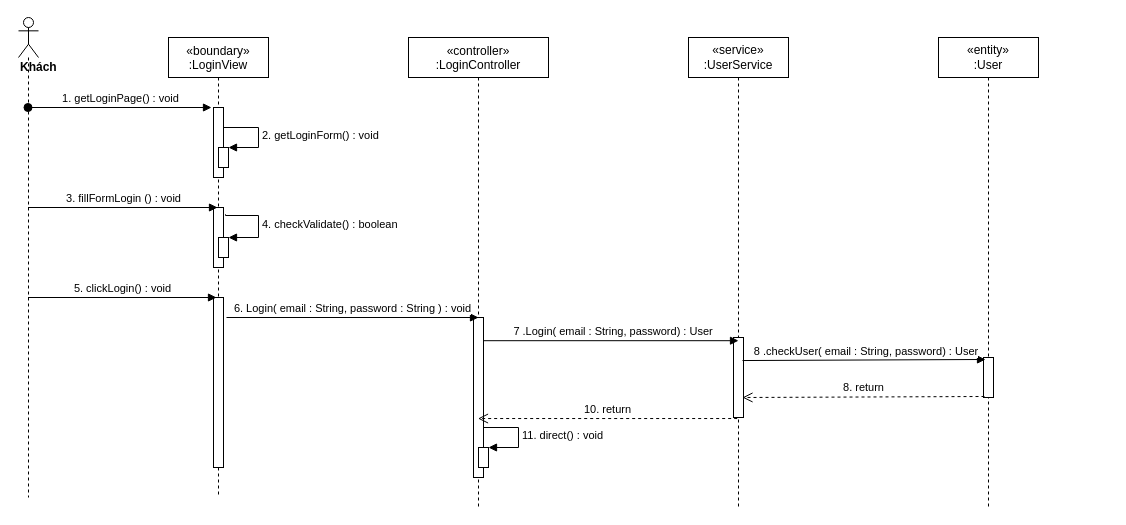
Above: sequence diagram/login-sequence-diagram.drawio in nguyenphamvan/datn_20202 (draw.io), before the change. Source tidied: cells renumbered, new cells numbered last; positions are measured from the earlier drawing's top-left corner, leaving out a move shared by most shapes. Both pictures are drawn from the tidied source at 100%, with x=0, y=0 at pixel (18, 17).
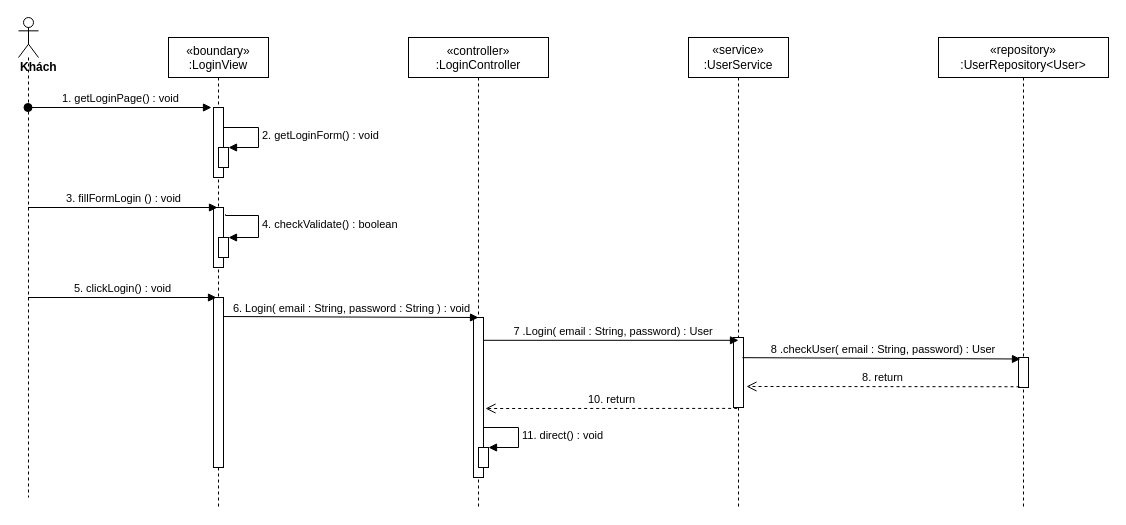
The same diagram, later.

Unchanged cells that the change refers to:
```xml
<mxCell id="9" style="html=1;points=[];perimeter=orthogonalPerimeter;" parent="2" vertex="1">
  <mxGeometry x="45" y="260" width="10" height="170" as="geometry" />
</mxCell>
<mxCell id="10" value="«controller»&#10;:LoginController" style="shape=umlLifeline;perimeter=lifelinePerimeter;rounded=0;shadow=0;strokeWidth=1;" parent="1" vertex="1">
  <mxGeometry x="390" y="20" width="140" height="470" as="geometry" />
</mxCell>
<mxCell id="11" style="points=[];perimeter=orthogonalPerimeter;rounded=0;shadow=0;strokeWidth=1;" parent="10" vertex="1">
  <mxGeometry x="65" y="280" width="10" height="160" as="geometry" />
</mxCell>
<mxCell id="13" value="&lt;span&gt;«service»&lt;br&gt;&lt;/span&gt;:UserService" style="shape=umlLifeline;perimeter=lifelinePerimeter;whiteSpace=wrap;html=1;" parent="1" vertex="1">
  <mxGeometry x="670" y="20" width="100" height="470" as="geometry" />
</mxCell>
```

The edit, as a diff of the source:
```diff
@@
     <mxCell id="2" value="«boundary»&#10;:LoginView" style="shape=umlLifeline;perimeter=lifelinePerimeter;rounded=0;shadow=0;strokeWidth=1;" parent="1" vertex="1">
-      <mxGeometry x="150" y="20" width="100" height="460" as="geometry" />
+      <mxGeometry x="150" y="20" width="100" height="470" as="geometry" />
     </mxCell>
@@
     <mxCell id="14" style="points=[];perimeter=orthogonalPerimeter;rounded=0;shadow=0;strokeWidth=1;" parent="13" vertex="1">
-      <mxGeometry x="45" y="300" width="10" height="80" as="geometry" />
+      <mxGeometry x="45" y="300" width="10" height="70" as="geometry" />
     </mxCell>
@@
-    <mxCell id="18" value="6. Login( email : String, password : String ) : void" style="html=1;verticalAlign=bottom;endArrow=block;entryX=0.5;entryY=0;entryDx=0;entryDy=0;entryPerimeter=0;" parent="1" edge="1" target="11">
+    <mxCell id="18" value="6. Login( email : String, password : String ) : void" style="html=1;verticalAlign=bottom;endArrow=block;exitX=1;exitY=0.112;exitDx=0;exitDy=0;exitPerimeter=0;" parent="1" edge="1" source="9">
       <mxGeometry relative="1" as="geometry">
-        <mxPoint x="208" y="300" as="sourcePoint" />
+        <mxPoint x="460" y="300" as="targetPoint" />
       </mxGeometry>
     </mxCell>
-    <mxCell id="19" value="&lt;span&gt;«entity»&lt;br&gt;&lt;/span&gt;:User" style="shape=umlLifeline;perimeter=lifelinePerimeter;whiteSpace=wrap;html=1;" parent="1" vertex="1">
-      <mxGeometry x="920" y="20" width="100" height="470" as="geometry" />
+    <mxCell id="19" value="&lt;span&gt;«repository»&lt;br&gt;&lt;/span&gt;:UserRepository&amp;lt;User&amp;gt;" style="shape=umlLifeline;perimeter=lifelinePerimeter;whiteSpace=wrap;html=1;" parent="1" vertex="1">
+      <mxGeometry x="920" y="20" width="170" height="470" as="geometry" />
     </mxCell>
     <mxCell id="20" style="points=[];perimeter=orthogonalPerimeter;rounded=0;shadow=0;strokeWidth=1;" parent="19" vertex="1">
-      <mxGeometry x="45" y="320" width="10" height="40" as="geometry" />
+      <mxGeometry x="80" y="320" width="10" height="30" as="geometry" />
     </mxCell>
@@
     <mxCell id="23" value="8. return" style="html=1;verticalAlign=bottom;endArrow=open;dashed=1;endSize=8;exitX=0.1;exitY=0.975;exitDx=0;exitDy=0;exitPerimeter=0;" parent="1" edge="1" source="20">
       <mxGeometry relative="1" as="geometry">
-        <mxPoint x="724" y="380" as="targetPoint" />
+        <mxPoint x="728" y="369" as="targetPoint" />
       </mxGeometry>
     </mxCell>
-    <mxCell id="24" value="10. return" style="html=1;verticalAlign=bottom;endArrow=open;dashed=1;endSize=8;exitX=0.367;exitY=1.013;exitDx=0;exitDy=0;exitPerimeter=0;" parent="1" edge="1" source="14" target="10">
-      <mxGeometry relative="1" as="geometry" />
+    <mxCell id="24" value="10. return" style="html=1;verticalAlign=bottom;endArrow=open;dashed=1;endSize=8;exitX=0.367;exitY=1.013;exitDx=0;exitDy=0;exitPerimeter=0;" parent="1" edge="1" source="14">
+      <mxGeometry relative="1" as="geometry">
+        <mxPoint x="467" y="391" as="targetPoint" />
+      </mxGeometry>
     </mxCell>
```
